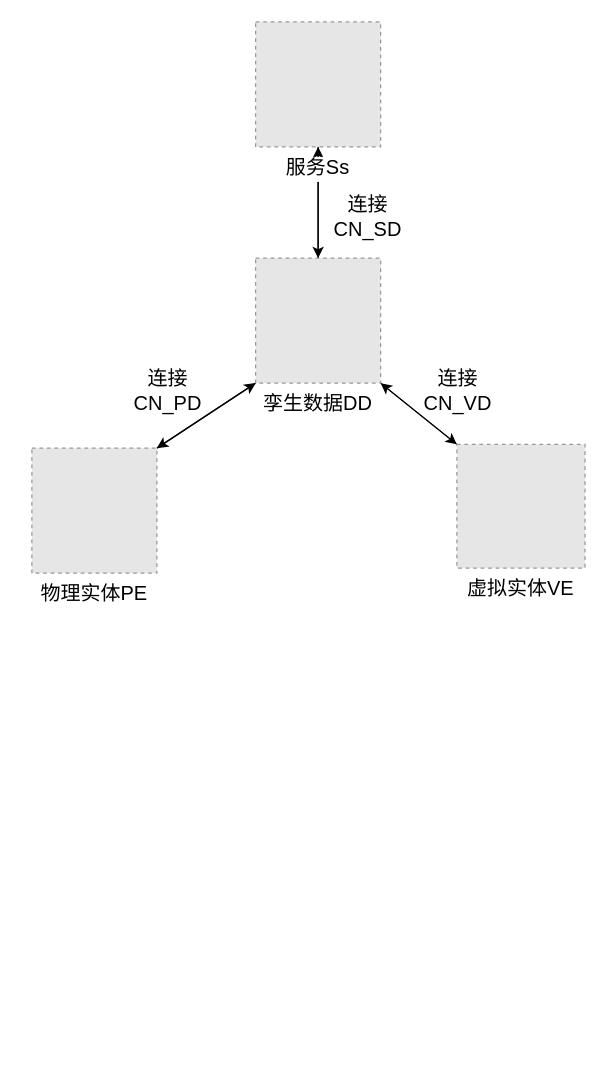
Above: 数字孪生模型.drawio in lilingkang/drawio-files (draw.io), before the change. Source tidied: cells renumbered, new cells numbered last; positions are measured from the earlier drawing's top-left corner, leaving out a move shared by most shapes. Both pictures are drawn from the tidied source at 125%, with x=0, y=0 at pixel (31, 21). Pictures stored in the file or linked from it are replaced by grey dashed boxes.
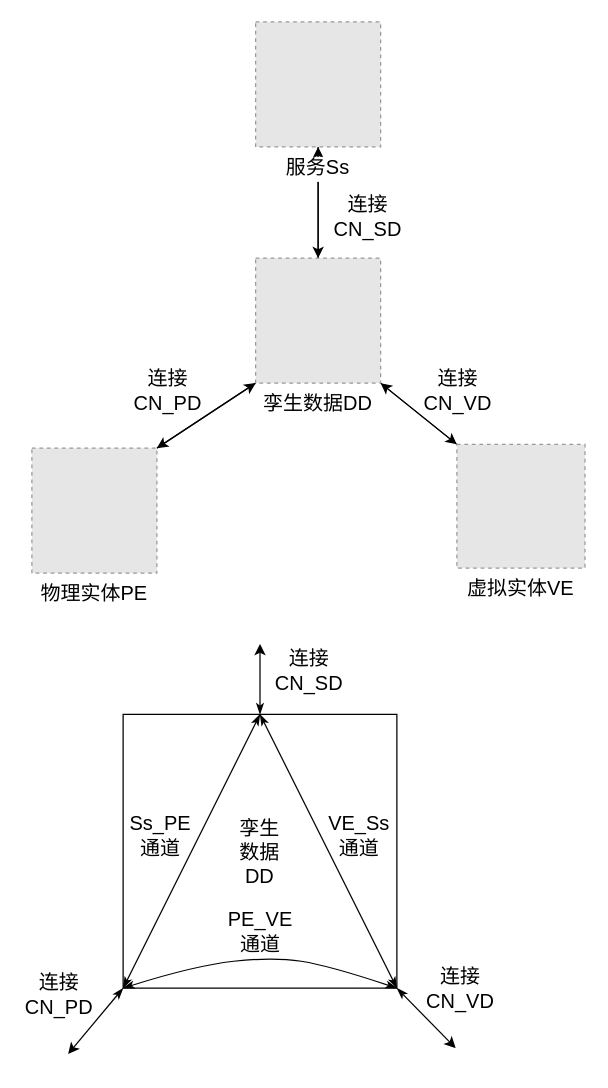
Above is the later version.

Commit message (it also covers changes not shown here):
更新数字孪生模型.drawio

What changed in the source:
```diff
@@
+    <mxCell id="15" style="edgeStyle=none;rounded=0;jettySize=auto;html=1;fontSize=16;startArrow=classicThin;startFill=1;endArrow=classic;endFill=1;" parent="1" edge="1" source="18">
+      <mxGeometry relative="1" as="geometry">
+        <mxPoint x="182.5" y="497.7" as="targetPoint" />
+      </mxGeometry>
+    </mxCell>
+    <mxCell id="16" style="edgeStyle=none;rounded=0;jettySize=auto;html=1;exitX=1;exitY=1;exitDx=0;exitDy=0;fontSize=16;startArrow=classicThin;startFill=1;endArrow=classic;endFill=1;" parent="1" edge="1" source="18">
+      <mxGeometry relative="1" as="geometry">
+        <mxPoint x="339" y="821" as="targetPoint" />
+      </mxGeometry>
+    </mxCell>
+    <mxCell id="17" style="edgeStyle=none;rounded=0;jettySize=auto;html=1;exitX=0;exitY=1;exitDx=0;exitDy=0;fontSize=16;startArrow=classicThin;startFill=1;endArrow=classic;endFill=1;" parent="1" edge="1" source="18">
+      <mxGeometry relative="1" as="geometry">
+        <mxPoint x="29" y="825.7" as="targetPoint" />
+      </mxGeometry>
+    </mxCell>
+    <mxCell id="18" value="孪生&lt;br&gt;数据&lt;br&gt;DD" style="whiteSpace=wrap;html=1;strokeWidth=1;fontSize=16;" parent="1" vertex="1">
+      <mxGeometry x="73" y="554" width="219" height="219" as="geometry" />
+    </mxCell>
+    <mxCell id="19" style="endArrow=classicThin;startArrow=classicThin;html=1;rounded=0;fontSize=16;exitX=0.5;exitY=0;exitDx=0;exitDy=0;entryX=1;entryY=1;entryDx=0;entryDy=0;endFill=1;startFill=1;" parent="1" edge="1" source="18" target="18">
+      <mxGeometry relative="1" as="geometry" />
+    </mxCell>
+    <mxCell id="20" style="endArrow=classicThin;startArrow=classicThin;html=1;rounded=0;fontSize=16;exitX=0.5;exitY=0;exitDx=0;exitDy=0;entryX=0;entryY=1;entryDx=0;entryDy=0;startFill=1;endFill=1;" parent="1" edge="1" source="18" target="18">
+      <mxGeometry relative="1" as="geometry" />
+    </mxCell>
+    <mxCell id="21" style="curved=1;endArrow=classicThin;html=1;rounded=0;fontSize=16;exitX=0;exitY=1;exitDx=0;exitDy=0;entryX=1;entryY=1;entryDx=0;entryDy=0;endFill=1;startArrow=classicThin;startFill=1;" parent="1" edge="1" source="18" target="18">
+      <mxGeometry relative="1" as="geometry">
+        <Array as="points">
+          <mxPoint x="130" y="755" />
+          <mxPoint x="193" y="748" />
+          <mxPoint x="238" y="755" />
+        </Array>
+      </mxGeometry>
+    </mxCell>
+    <mxCell id="22" value="Ss_PE通道" style="text;html=1;strokeColor=none;fillColor=none;align=center;verticalAlign=middle;whiteSpace=wrap;rounded=0;strokeWidth=1;fontSize=16;" parent="1" vertex="1">
+      <mxGeometry x="73" y="636" width="60" height="30" as="geometry" />
+    </mxCell>
+    <mxCell id="23" value="PE_VE通道" style="text;html=1;strokeColor=none;fillColor=none;align=center;verticalAlign=middle;whiteSpace=wrap;rounded=0;strokeWidth=1;fontSize=16;" parent="1" vertex="1">
+      <mxGeometry x="152.5" y="713" width="60" height="30" as="geometry" />
+    </mxCell>
+    <mxCell id="24" value="VE_Ss通道" style="text;html=1;strokeColor=none;fillColor=none;align=center;verticalAlign=middle;whiteSpace=wrap;rounded=0;strokeWidth=1;fontSize=16;" parent="1" vertex="1">
+      <mxGeometry x="232" y="636" width="60" height="30" as="geometry" />
+    </mxCell>
+    <mxCell id="25" value="连接CN_PD" style="text;html=1;strokeColor=none;fillColor=none;align=center;verticalAlign=middle;whiteSpace=wrap;rounded=0;strokeWidth=1;fontSize=16;" parent="1" vertex="1">
+      <mxGeometry x="-8" y="763" width="60" height="30" as="geometry" />
+    </mxCell>
+    <mxCell id="26" value="连接CN_VD" style="text;html=1;strokeColor=none;fillColor=none;align=center;verticalAlign=middle;whiteSpace=wrap;rounded=0;strokeWidth=1;fontSize=16;" parent="1" vertex="1">
+      <mxGeometry x="313" y="758" width="60" height="30" as="geometry" />
+    </mxCell>
+    <mxCell id="27" value="连接CN_SD" style="text;html=1;strokeColor=none;fillColor=none;align=center;verticalAlign=middle;whiteSpace=wrap;rounded=0;strokeWidth=1;fontSize=16;" parent="1" vertex="1">
+      <mxGeometry x="192" y="504" width="60" height="30" as="geometry" />
+    </mxCell>
```
